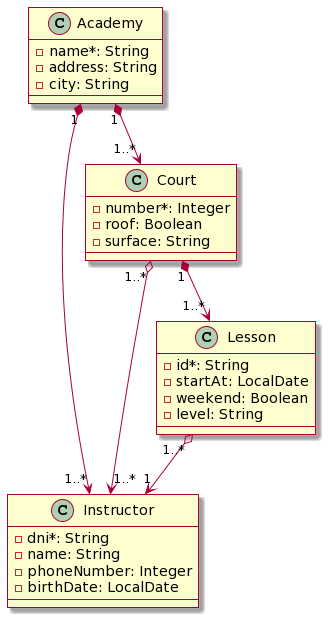
wzzzzwwzw/apaw-practice keeps this PlantUML diagram as docs/padel_academy.models.png. Above is the earlier version.
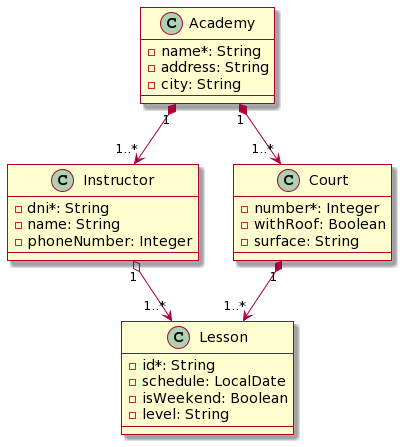
Later version of the same file.

Commit message:
Change diagram and models #476

The edit, as a diff of the source:
```diff
@@ -1,30 +1,33 @@
 @startuml
 skin rose
-Academy "1" *--> "1..*" Instructor
-Academy "1" *--> "1..*" Court
-Court "1" *--> "1..*" Lesson
-Lesson "1..*" o--> "1" Instructor
-Court "1..*" o--> "1..*" Instructor
-Class Academy {
+
+class Academy {
   - name*: String
   - address: String
   - city: String
 }
-Class Instructor {
+
+class Instructor {
   - dni*: String
   - name: String
   - phoneNumber: Integer
-  - birthDate: LocalDate
 }
-Class Court {
+
+class Court {
   - number*: Integer
-  - roof: Boolean
+  - withRoof: Boolean
   - surface: String
 }
-Class Lesson {
+
+class Lesson {
   - id*: String
-  - startAt: LocalDate
-  - weekend: Boolean
+  - schedule: LocalDate
+  - isWeekend: Boolean
   - level: String
 }
+
+Academy "1" *--> "1..*" Instructor
+Academy "1" *--> "1..*" Court
+Court "1" *--> "1..*" Lesson
+Instructor "1" o--> "1..*" Lesson
 @enduml
```
